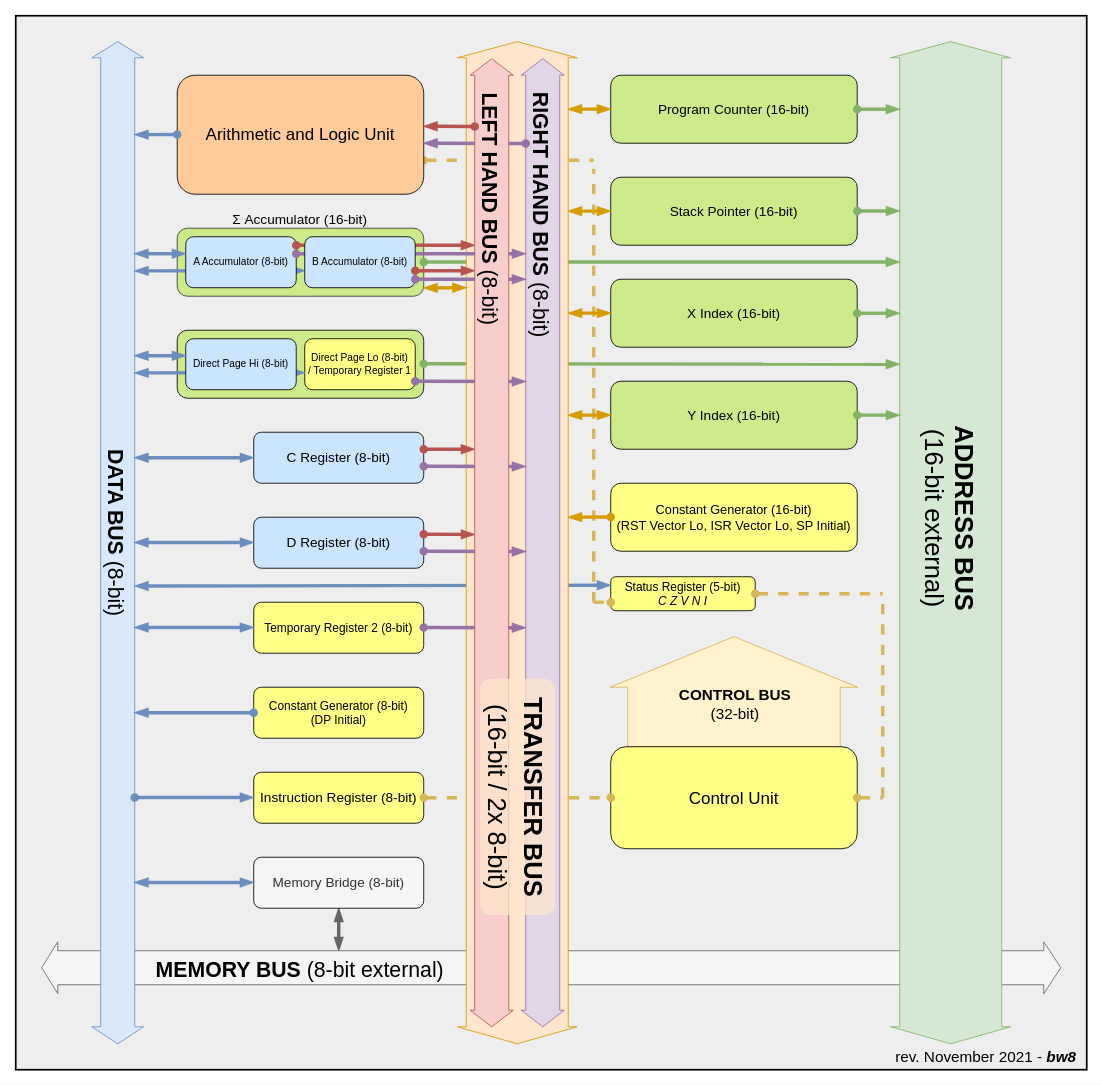
This is docs/assets/arch_diagram.drawio from bwburnsides/BW8cpu, a draw.io file, before an edit. Source tidied: cells renumbered, new cells numbered last; positions are measured from the earlier drawing's top-left corner, leaving out a move shared by most shapes. Both pictures are drawn from the tidied source at 85%, with x=0, y=0 at pixel (15, 15).
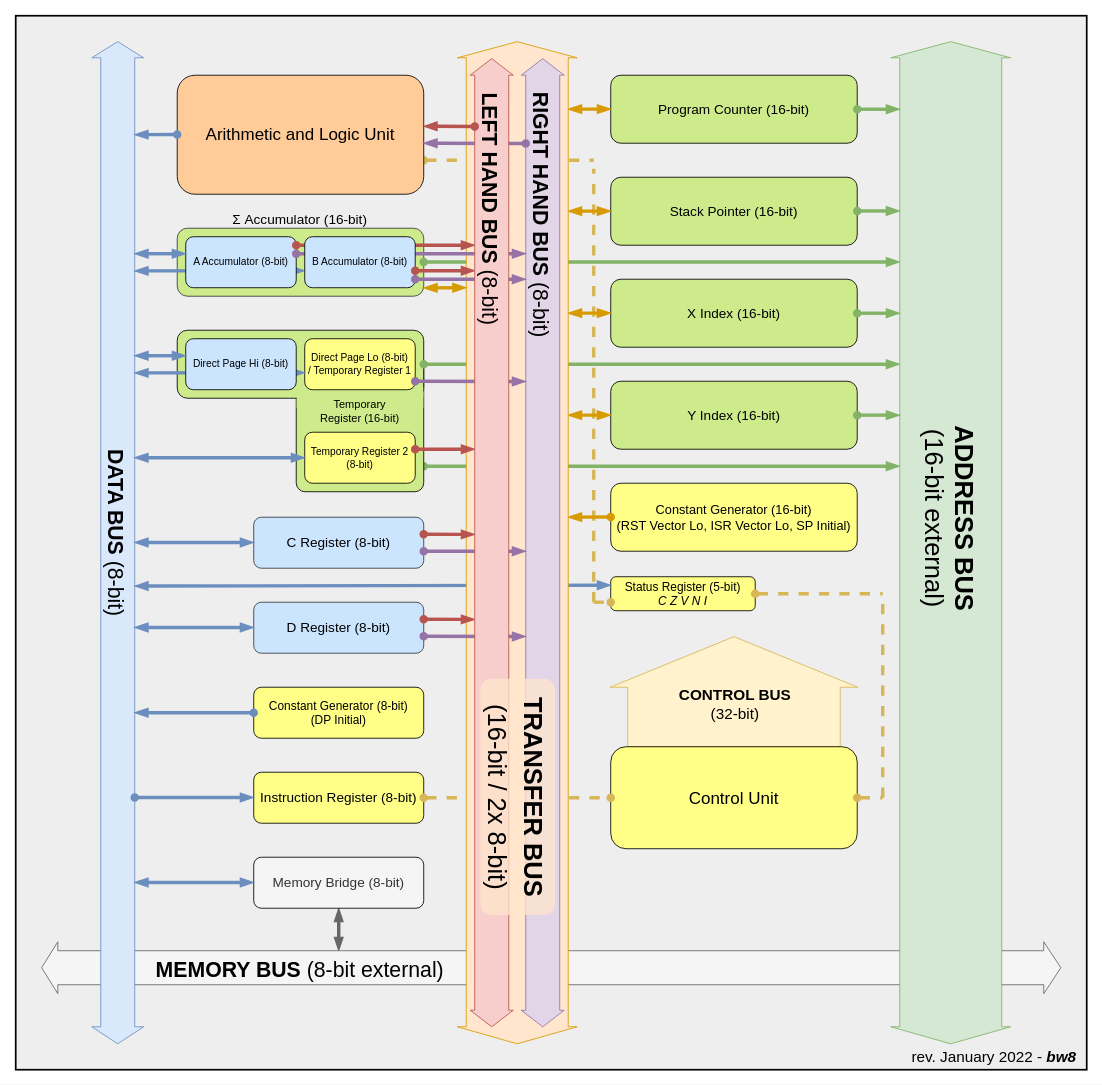
After the change.

Commit message (it also covers changes not shown here):
updated arch diagram

Change to the diagram source:
```diff
@@
+    <mxCell id="83" style="endArrow=blockThin;html=1;rounded=1;fontSize=25;fontColor=#000000;strokeColor=#82b366;fillColor=#d5e8d4;endFill=1;strokeWidth=4;startArrow=oval;startFill=1;" parent="1" edge="1">
+      <mxGeometry relative="1" as="geometry">
+        <mxPoint x="480" y="530" as="sourcePoint" />
+        <mxPoint x="1040" y="530" as="targetPoint" />
+      </mxGeometry>
+    </mxCell>
+    <mxCell id="84" style="rounded=1;whiteSpace=wrap;html=1;fillColor=#cdeb8b;strokeColor=#000000;arcSize=7;" parent="1" vertex="1">
+      <mxGeometry x="330" y="400" width="150" height="160" as="geometry" />
+    </mxCell>
+    <mxCell id="12" style="rounded=1;whiteSpace=wrap;html=1;fillColor=#cdeb8b;strokeColor=#000000;" parent="1" vertex="1">
+      <mxGeometry x="190" y="370" width="290" height="80" as="geometry" />
+    </mxCell>
@@
-    <mxCell id="12" style="rounded=1;whiteSpace=wrap;html=1;fillColor=#cdeb8b;strokeColor=#000000;" parent="1" vertex="1">
-      <mxGeometry x="190" y="370" width="290" height="80" as="geometry" />
-    </mxCell>
@@
     <mxCell id="14" style="endArrow=blockThin;html=1;rounded=1;fontSize=25;fontColor=#000000;strokeColor=#82b366;fillColor=#d5e8d4;endFill=1;strokeWidth=4;startArrow=oval;startFill=1;" parent="1" edge="1">
       <mxGeometry relative="1" as="geometry">
-        <mxPoint x="480" y="409.5" as="sourcePoint" />
+        <mxPoint x="480" y="410" as="sourcePoint" />
         <mxPoint x="1040" y="410" as="targetPoint" />
       </mxGeometry>
     </mxCell>
@@
-    <mxCell id="20" value="&lt;font style=&quot;font-size: 16px&quot;&gt;C Register (8-bit)&lt;/font&gt;" style="rounded=1;whiteSpace=wrap;html=1;fillColor=#cce5ff;strokeColor=#000000;" parent="1" vertex="1">
-      <mxGeometry x="280" y="490" width="200" height="60" as="geometry" />
+    <mxCell id="20" value="&lt;font style=&quot;font-size: 12px&quot;&gt;Temporary Register 2 (8-bit)&lt;/font&gt;" style="rounded=1;whiteSpace=wrap;html=1;fillColor=#ffff88;strokeColor=#000000;" parent="1" vertex="1">
+      <mxGeometry x="340" y="490" width="130" height="60" as="geometry" />
     </mxCell>
-    <mxCell id="21" value="&lt;font style=&quot;font-size: 16px&quot;&gt;D Register (8-bit)&lt;/font&gt;" style="rounded=1;whiteSpace=wrap;html=1;fillColor=#cce5ff;strokeColor=#000000;" parent="1" vertex="1">
+    <mxCell id="21" value="&lt;font style=&quot;font-size: 16px&quot;&gt;C Register (8-bit)&lt;/font&gt;" style="rounded=1;whiteSpace=wrap;html=1;fillColor=#cce5ff;strokeColor=#36393d;" parent="1" vertex="1">
       <mxGeometry x="280" y="590" width="200" height="60" as="geometry" />
     </mxCell>
-    <mxCell id="22" value="&lt;font style=&quot;font-size: 14px;&quot;&gt;Temporary Register 2 (8-bit)&lt;/font&gt;" style="rounded=1;whiteSpace=wrap;html=1;fillColor=#ffff88;strokeColor=#000000;fontSize=14;" parent="1" vertex="1">
+    <mxCell id="22" value="&lt;font style=&quot;font-size: 16px&quot;&gt;D Register (8-bit)&lt;/font&gt;" style="rounded=1;whiteSpace=wrap;html=1;fillColor=#cce5ff;strokeColor=#36393d;fontSize=14;" parent="1" vertex="1">
       <mxGeometry x="280" y="690" width="200" height="60" as="geometry" />
     </mxCell>
@@
     <mxCell id="41" style="endArrow=blockThin;html=1;rounded=1;fontSize=25;fontColor=#000000;strokeColor=#6c8ebf;strokeWidth=4;jumpSize=7;endFill=1;startArrow=blockThin;startFill=1;fillColor=#dae8fc;" parent="1" edge="1">
       <mxGeometry relative="1" as="geometry">
-        <mxPoint x="280" y="520" as="sourcePoint" />
+        <mxPoint x="340" y="520" as="sourcePoint" />
         <mxPoint x="140" y="520" as="targetPoint" />
       </mxGeometry>
     </mxCell>
@@
-    <mxCell id="58" style="endArrow=oval;html=1;rounded=1;fontSize=25;fontColor=#000000;strokeColor=#9673a6;strokeWidth=4;jumpSize=7;fillColor=#e1d5e7;startArrow=blockThin;startFill=1;endFill=1;" parent="1" edge="1">
-      <mxGeometry relative="1" as="geometry">
-        <mxPoint x="600" y="530.3" as="sourcePoint" />
-        <mxPoint x="480" y="530" as="targetPoint" />
-      </mxGeometry>
-    </mxCell>
     <mxCell id="59" style="endArrow=oval;html=1;rounded=1;fontSize=25;fontColor=#000000;strokeColor=#9673a6;strokeWidth=4;jumpSize=7;fillColor=#e1d5e7;startArrow=blockThin;startFill=1;endFill=1;" parent="1" edge="1">
       <mxGeometry relative="1" as="geometry">
-        <mxPoint x="600" y="630.3" as="sourcePoint" />
+        <mxPoint x="600" y="630" as="sourcePoint" />
         <mxPoint x="480" y="630" as="targetPoint" />
       </mxGeometry>
     </mxCell>
-    <mxCell id="60" style="endArrow=oval;html=1;rounded=1;fontSize=25;fontColor=#000000;strokeColor=#9673a6;strokeWidth=4;jumpSize=7;fillColor=#e1d5e7;startArrow=blockThin;startFill=1;endFill=1;" parent="1" edge="1">
-      <mxGeometry relative="1" as="geometry">
-        <mxPoint x="600" y="720" as="sourcePoint" />
-        <mxPoint x="480" y="719.8" as="targetPoint" />
-      </mxGeometry>
-    </mxCell>
@@
     <mxCell id="71" style="endArrow=oval;html=1;rounded=1;fontSize=25;fontColor=#000000;strokeColor=#b85450;strokeWidth=4;jumpSize=7;startArrow=blockThin;startFill=1;fillColor=#f8cecc;endFill=1;" parent="1" edge="1">
       <mxGeometry relative="1" as="geometry">
         <mxPoint x="540" y="510" as="sourcePoint" />
-        <mxPoint x="480" y="510" as="targetPoint" />
+        <mxPoint x="470" y="510" as="targetPoint" />
       </mxGeometry>
     </mxCell>
@@
+    <mxCell id="80" value="rev. January 2022 - &lt;i style=&quot;font-size: 18px&quot;&gt;&lt;b style=&quot;font-size: 18px&quot;&gt;bw8&lt;/b&gt;&lt;/i&gt; " style="text;html=1;strokeColor=none;fillColor=none;align=right;verticalAlign=middle;whiteSpace=wrap;rounded=0;labelBackgroundColor=none;fontSize=18;fontColor=#000000;" parent="1" vertex="1">
+      <mxGeometry x="1000" y="1210" width="250" height="30" as="geometry" />
+    </mxCell>
+    <mxCell id="81" value="&lt;div&gt;Constant Generator (8-bit)&lt;/div&gt;&lt;div&gt;(DP Initial)&lt;br&gt;&lt;/div&gt;" style="rounded=1;whiteSpace=wrap;html=1;fillColor=#ffff88;strokeColor=#000000;fontSize=14;" parent="1" vertex="1">
+      <mxGeometry x="280" y="790" width="200" height="60" as="geometry" />
+    </mxCell>
+    <mxCell id="85" style="endArrow=oval;html=1;rounded=1;fontSize=25;fontColor=#000000;strokeColor=#9673a6;strokeWidth=4;jumpSize=7;fillColor=#e1d5e7;startArrow=blockThin;startFill=1;endFill=1;" parent="1" edge="1">
+      <mxGeometry relative="1" as="geometry">
+        <mxPoint x="600" y="730.3" as="sourcePoint" />
+        <mxPoint x="480" y="730" as="targetPoint" />
+      </mxGeometry>
+    </mxCell>
+    <mxCell id="82" style="endArrow=blockThin;html=1;rounded=1;fontSize=25;fontColor=#000000;strokeColor=#6c8ebf;strokeWidth=4;jumpSize=7;endFill=1;startArrow=oval;startFill=1;fillColor=#dae8fc;" parent="1" edge="1">
+      <mxGeometry relative="1" as="geometry">
+        <mxPoint x="280" y="820" as="sourcePoint" />
+        <mxPoint x="140" y="820" as="targetPoint" />
+      </mxGeometry>
+    </mxCell>
+    <mxCell id="86" style="endArrow=oval;html=1;rounded=1;fontSize=25;fontColor=#000000;strokeColor=#b85450;strokeWidth=4;jumpSize=7;startArrow=blockThin;startFill=1;fillColor=#f8cecc;endFill=1;" parent="1" edge="1">
+      <mxGeometry relative="1" as="geometry">
+        <mxPoint x="540" y="710.3" as="sourcePoint" />
+        <mxPoint x="480" y="710" as="targetPoint" />
+      </mxGeometry>
+    </mxCell>
@@
-    <mxCell id="80" value="rev. November 2021 - &lt;i style=&quot;font-size: 18px&quot;&gt;&lt;b style=&quot;font-size: 18px&quot;&gt;bw8&lt;/b&gt;&lt;/i&gt; " style="text;html=1;strokeColor=none;fillColor=none;align=right;verticalAlign=middle;whiteSpace=wrap;rounded=0;labelBackgroundColor=none;fontSize=18;fontColor=#000000;" parent="1" vertex="1">
-      <mxGeometry x="1000" y="1210" width="250" height="30" as="geometry" />
-    </mxCell>
-    <mxCell id="81" value="&lt;div&gt;Constant Generator (8-bit)&lt;/div&gt;&lt;div&gt;(DP Initial)&lt;br&gt;&lt;/div&gt;" style="rounded=1;whiteSpace=wrap;html=1;fillColor=#ffff88;strokeColor=#000000;fontSize=14;" parent="1" vertex="1">
-      <mxGeometry x="280" y="790" width="200" height="60" as="geometry" />
-    </mxCell>
-    <mxCell id="82" style="endArrow=blockThin;html=1;rounded=1;fontSize=25;fontColor=#000000;strokeColor=#6c8ebf;strokeWidth=4;jumpSize=7;endFill=1;startArrow=oval;startFill=1;fillColor=#dae8fc;" parent="1" edge="1">
-      <mxGeometry relative="1" as="geometry">
-        <mxPoint x="280" y="820" as="sourcePoint" />
-        <mxPoint x="140" y="820" as="targetPoint" />
-      </mxGeometry>
-    </mxCell>
+    <mxCell id="87" style="rounded=0;whiteSpace=wrap;html=1;fontSize=12;strokeColor=#CDEB8B;strokeWidth=1;fillColor=#CDEB8B;" parent="1" vertex="1">
+      <mxGeometry x="331" y="443" width="148" height="18" as="geometry" />
+    </mxCell>
+    <mxCell id="88" style="rounded=0;whiteSpace=wrap;html=1;fontSize=12;strokeColor=#CDEB8B;strokeWidth=1;fillColor=#CDEB8B;" parent="1" vertex="1">
+      <mxGeometry x="470" y="438" width="9" height="10" as="geometry" />
+    </mxCell>
+    <mxCell id="89" value="&lt;font style=&quot;font-size: 13px&quot;&gt;Temporary Register (16-bit)&lt;/font&gt;" style="text;html=1;strokeColor=none;fillColor=none;align=center;verticalAlign=middle;whiteSpace=wrap;rounded=0;fontSize=12;" parent="1" vertex="1">
+      <mxGeometry x="350" y="450" width="110" height="30" as="geometry" />
+    </mxCell>
```
